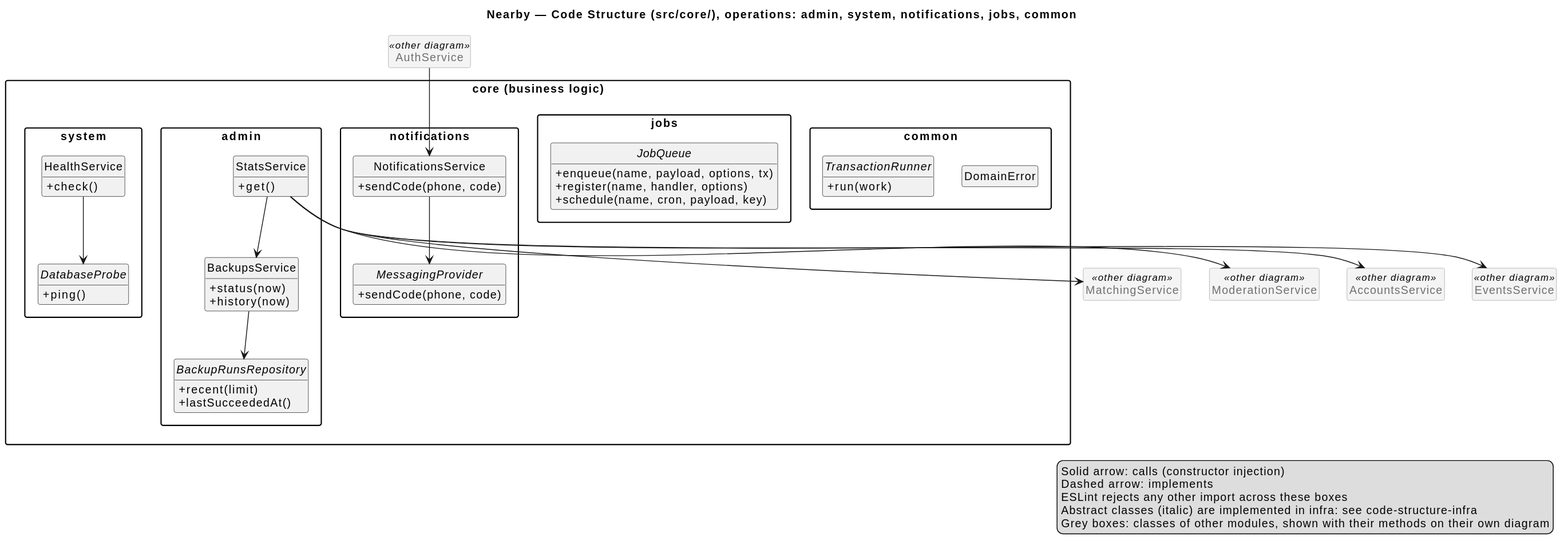
Before: docs/architecture/uml/rendered/code-structure-core-operations.svg, a diagram exported from PlantUML (ukma-fin-ssdm-2026/pun-intended-team).
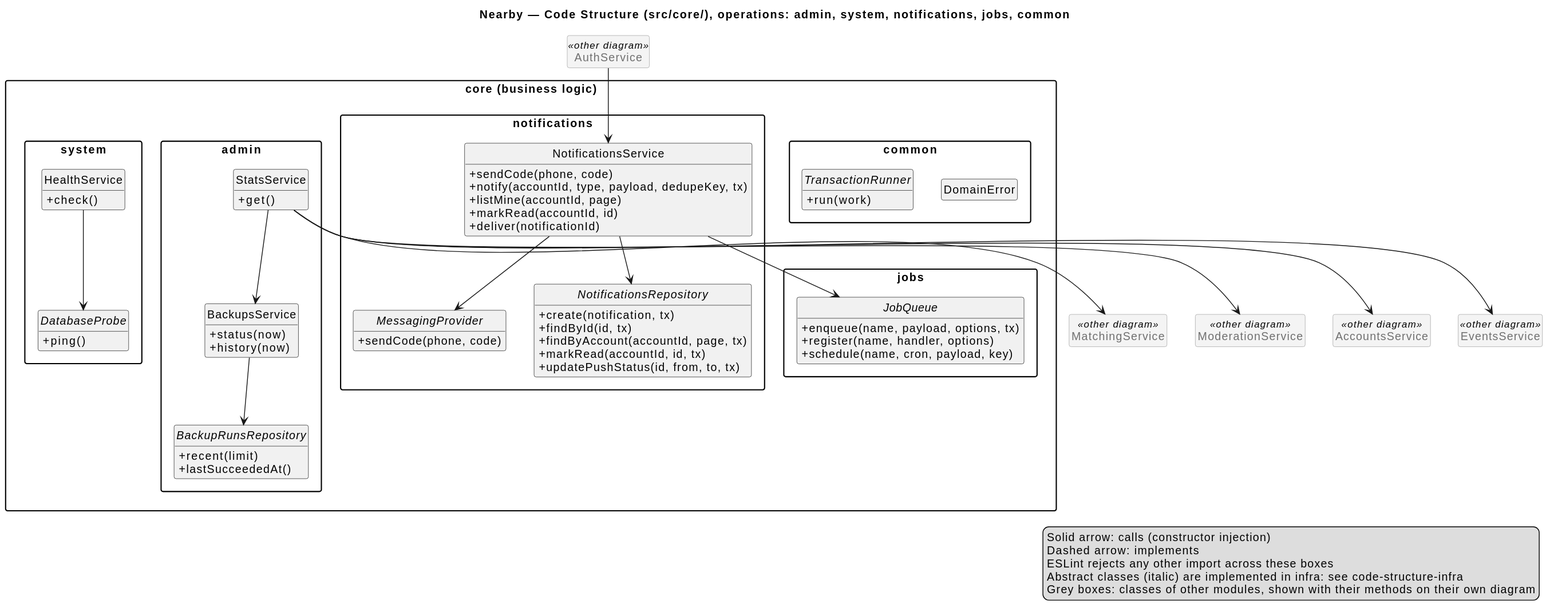
Later version of the same file.

What changed in the source:
```diff
@@ -37,9 +37,20 @@
   package notifications {
     class NotificationsService {
       +sendCode(phone, code)
+      +notify(accountId, type, payload, dedupeKey, tx)
+      +listMine(accountId, page)
+      +markRead(accountId, id)
+      +deliver(notificationId)
     }
     abstract class MessagingProvider {
       +sendCode(phone, code)
+    }
+    abstract class NotificationsRepository {
+      +create(notification, tx)
+      +findById(id, tx)
+      +findByAccount(accountId, page, tx)
+      +markRead(accountId, id, tx)
+      +updatePushStatus(id, from, to, tx)
     }
   }
   package jobs {
@@ -72,6 +83,8 @@
 BackupsService --> BackupRunsRepository
 HealthService --> DatabaseProbe
 NotificationsService --> MessagingProvider
+NotificationsService --> NotificationsRepository
+NotificationsService --> JobQueue
 
 legend right
   Solid arrow: calls (constructor injection)
```
